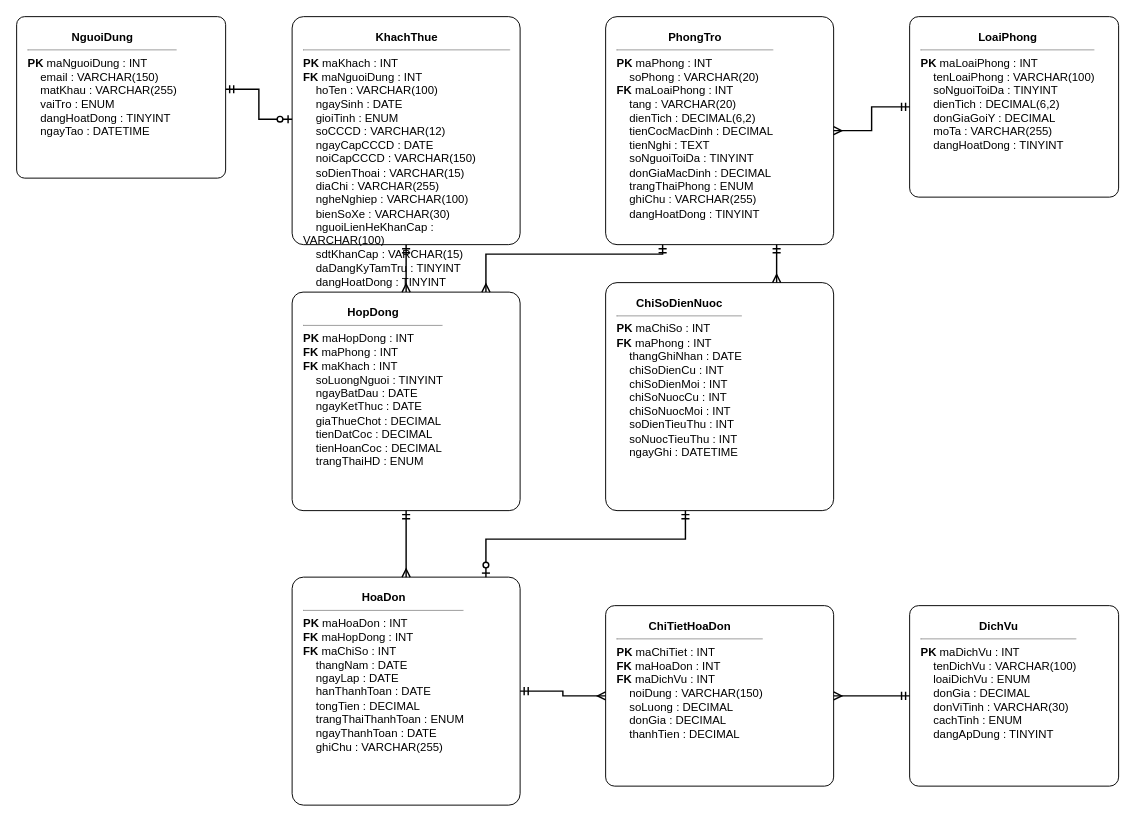
This is quan_ly_nha_tro_erd.drawio from hai281104/TTCN_PhongTro, a draw.io file, before an edit. Source tidied: cells renumbered, new cells numbered last; positions are measured from the earlier drawing's top-left corner, leaving out a move shared by most shapes. Both pictures are drawn from the tidied source at 95%, with x=0, y=0 at pixel (16, 16).
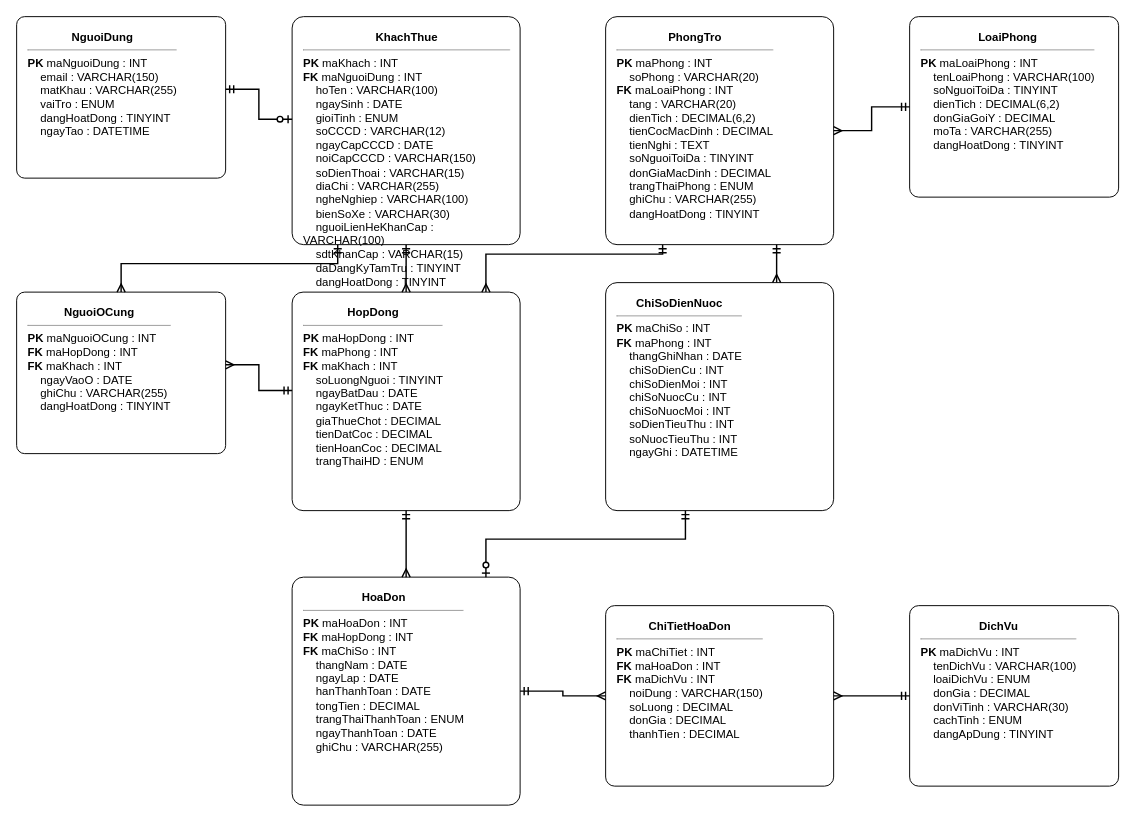
Above is the later version.

Commit message (it also covers changes not shown here):
feat: Quan ly nguoi o cung phong truc tiep ben module Khach thue

The change refers to these unchanged cells:
```xml
<mxCell id="3" value="&lt;center&gt;&lt;b&gt;KhachThue&lt;/b&gt;&lt;/center&gt;&lt;hr size=&quot;1&quot;/&gt;&lt;b&gt;PK&lt;/b&gt; maKhach : INT&lt;br/&gt;&lt;b&gt;FK&lt;/b&gt; maNguoiDung : INT&lt;br/&gt;&amp;nbsp;&amp;nbsp;&amp;nbsp;&amp;nbsp;hoTen : VARCHAR(100)&lt;br/&gt;&amp;nbsp;&amp;nbsp;&amp;nbsp;&amp;nbsp;ngaySinh : DATE&lt;br/&gt;&amp;nbsp;&amp;nbsp;&amp;nbsp;&amp;nbsp;gioiTinh : ENUM&lt;br/&gt;&amp;nbsp;&amp;nbsp;&amp;nbsp;&amp;nbsp;soCCCD : VARCHAR(12)&lt;br/&gt;&amp;nbsp;&amp;nbsp;&amp;nbsp;&amp;nbsp;ngayCapCCCD : DATE&lt;br/&gt;&amp;nbsp;&amp;nbsp;&amp;nbsp;&amp;nbsp;noiCapCCCD : VARCHAR(150)&lt;br/&gt;&amp;nbsp;&amp;nbsp;&amp;nbsp;&amp;nbsp;soDienThoai : VARCHAR(15)&lt;br/&gt;&amp;nbsp;&amp;nbsp;&amp;nbsp;&amp;nbsp;diaChi : VARCHAR(255)&lt;br/&gt;&amp;nbsp;&amp;nbsp;&amp;nbsp;&amp;nbsp;ngheNghiep : VARCHAR(100)&lt;br/&gt;&amp;nbsp;&amp;nbsp;&amp;nbsp;&amp;nbsp;bienSoXe : VARCHAR(30)&lt;br/&gt;&amp;nbsp;&amp;nbsp;&amp;nbsp;&amp;nbsp;nguoiLienHeKhanCap : VARCHAR(100)&lt;br/&gt;&amp;nbsp;&amp;nbsp;&amp;nbsp;&amp;nbsp;sdtKhanCap : VARCHAR(15)&lt;br/&gt;&amp;nbsp;&amp;nbsp;&amp;nbsp;&amp;nbsp;daDangKyTamTru : TINYINT&lt;br/&gt;&amp;nbsp;&amp;nbsp;&amp;nbsp;&amp;nbsp;dangHoatDong : TINYINT" style="rounded=1;arcSize=5;whiteSpace=wrap;html=1;align=left;verticalAlign=top;fillColor=#ffffff;strokeColor=#000000;strokeWidth=1;spacingLeft=10;spacingRight=10;spacingTop=8;spacingBottom=8;" parent="1" vertex="1">
  <mxGeometry x="290" width="240" height="240" as="geometry" />
</mxCell>
<mxCell id="6" value="&lt;center&gt;&lt;b&gt;HopDong&lt;/b&gt;&lt;/center&gt;&lt;hr size=&quot;1&quot;/&gt;&lt;b&gt;PK&lt;/b&gt; maHopDong : INT&lt;br/&gt;&lt;b&gt;FK&lt;/b&gt; maPhong : INT&lt;br/&gt;&lt;b&gt;FK&lt;/b&gt; maKhach : INT&lt;br/&gt;&amp;nbsp;&amp;nbsp;&amp;nbsp;&amp;nbsp;soLuongNguoi : TINYINT&lt;br/&gt;&amp;nbsp;&amp;nbsp;&amp;nbsp;&amp;nbsp;ngayBatDau : DATE&lt;br/&gt;&amp;nbsp;&amp;nbsp;&amp;nbsp;&amp;nbsp;ngayKetThuc : DATE&lt;br/&gt;&amp;nbsp;&amp;nbsp;&amp;nbsp;&amp;nbsp;giaThueChot : DECIMAL&lt;br/&gt;&amp;nbsp;&amp;nbsp;&amp;nbsp;&amp;nbsp;tienDatCoc : DECIMAL&lt;br/&gt;&amp;nbsp;&amp;nbsp;&amp;nbsp;&amp;nbsp;tienHoanCoc : DECIMAL&lt;br/&gt;&amp;nbsp;&amp;nbsp;&amp;nbsp;&amp;nbsp;trangThaiHD : ENUM" style="rounded=1;arcSize=5;whiteSpace=wrap;html=1;align=left;verticalAlign=top;fillColor=#ffffff;strokeColor=#000000;strokeWidth=1;spacingLeft=10;spacingRight=10;spacingTop=8;spacingBottom=8;" parent="1" vertex="1">
  <mxGeometry x="290" y="290" width="240" height="230" as="geometry" />
</mxCell>
```

What changed in the source:
```diff
@@
+    <mxCell id="20" value="&lt;center&gt;&lt;b&gt;NguoiOCung&lt;/b&gt;&lt;/center&gt;&lt;hr size=&quot;1&quot;/&gt;&lt;b&gt;PK&lt;/b&gt; maNguoiOCung : INT&lt;br/&gt;&lt;b&gt;FK&lt;/b&gt; maHopDong : INT&lt;br/&gt;&lt;b&gt;FK&lt;/b&gt; maKhach : INT&lt;br/&gt;&amp;nbsp;&amp;nbsp;&amp;nbsp;&amp;nbsp;ngayVaoO : DATE&lt;br/&gt;&amp;nbsp;&amp;nbsp;&amp;nbsp;&amp;nbsp;ghiChu : VARCHAR(255)&lt;br/&gt;&amp;nbsp;&amp;nbsp;&amp;nbsp;&amp;nbsp;dangHoatDong : TINYINT" style="rounded=1;arcSize=5;whiteSpace=wrap;html=1;align=left;verticalAlign=top;fillColor=#ffffff;strokeColor=#000000;strokeWidth=1;spacingLeft=10;spacingRight=10;spacingTop=8;spacingBottom=8;" parent="1" vertex="1">
+      <mxGeometry y="290" width="220" height="170" as="geometry" />
+    </mxCell>
@@
+    <mxCell id="21" style="edgeStyle=orthogonalEdgeStyle;rounded=0;jettySize=auto;html=1;exitX=0;exitY=0.45;exitDx=0;exitDy=0;entryX=1;entryY=0.45;entryDx=0;entryDy=0;startArrow=ERmandOne;endArrow=ERmany;strokeWidth=1.5;strokeColor=#000000;" parent="1" edge="1" source="6" target="20">
+      <mxGeometry relative="1" as="geometry" />
+    </mxCell>
+    <mxCell id="22" style="edgeStyle=orthogonalEdgeStyle;rounded=0;jettySize=auto;html=1;exitX=0.2;exitY=1;exitDx=0;exitDy=0;entryX=0.5;entryY=0;entryDx=0;entryDy=0;startArrow=ERmandOne;endArrow=ERmany;strokeWidth=1.5;strokeColor=#000000;" parent="1" edge="1" source="3" target="20">
+      <mxGeometry relative="1" as="geometry">
+        <Array as="points">
+          <mxPoint x="338" y="260" />
+          <mxPoint x="110" y="260" />
+        </Array>
+      </mxGeometry>
+    </mxCell>
```
